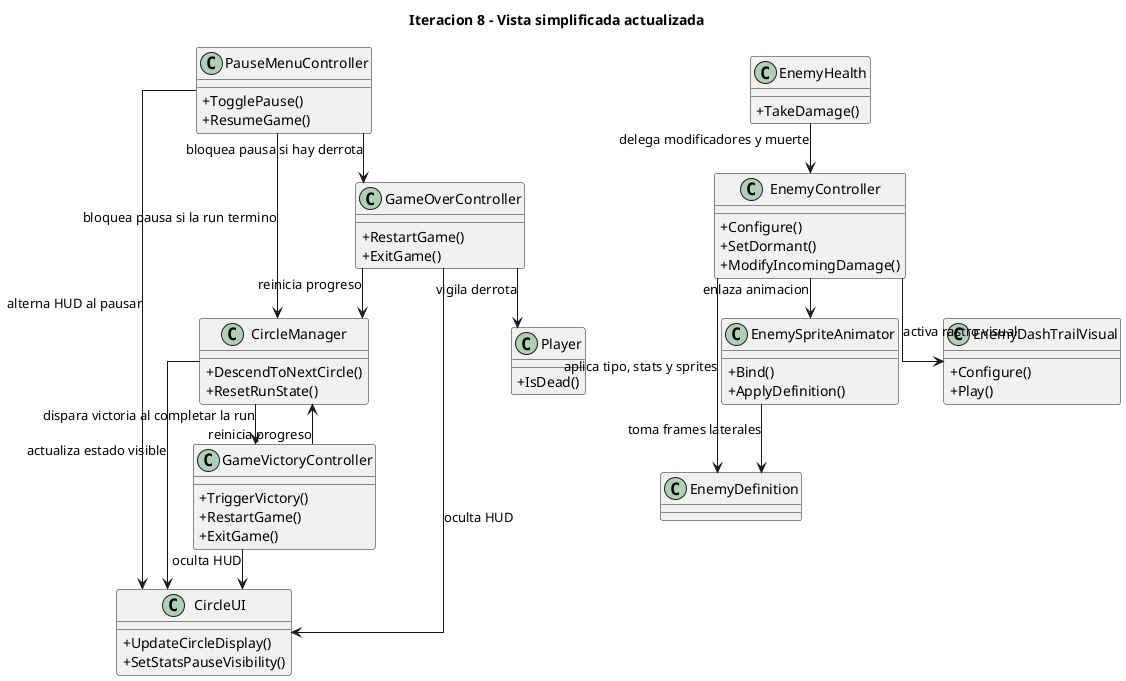
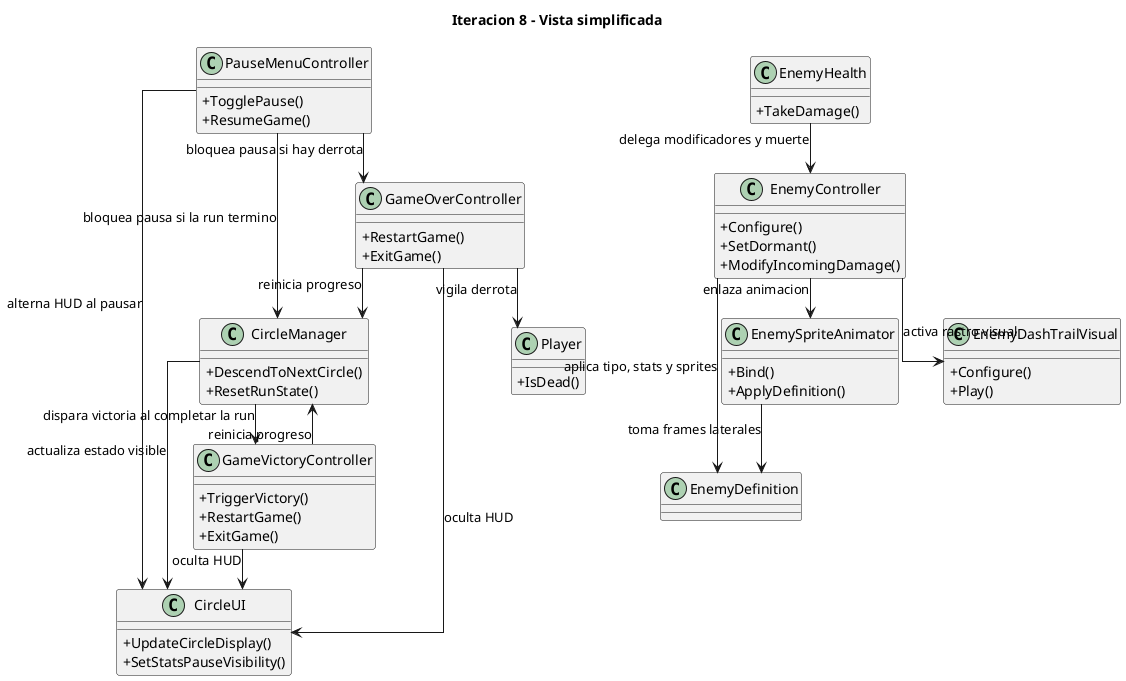
@startuml
skinparam backgroundColor white
skinparam shadowing false
skinparam classAttributeIconSize 0
skinparam packageStyle rectangle
skinparam linetype ortho
skinparam nodesep 45
skinparam ranksep 40

- title Iteracion 8 - Vista simplificada actualizada
+ title Iteracion 8 - Vista simplificada

class CircleUI {
  +UpdateCircleDisplay()
  +SetStatsPauseVisibility()
}

class CircleManager {
  +DescendToNextCircle()
  +ResetRunState()
}

class GameVictoryController {
  +TriggerVictory()
  +RestartGame()
  +ExitGame()
}

class GameOverController {
  +RestartGame()
  +ExitGame()
}

class PauseMenuController {
  +TogglePause()
  +ResumeGame()
}

class Player {
  +IsDead()
}

class EnemyController {
  +Configure()
  +SetDormant()
  +ModifyIncomingDamage()
}

class EnemyHealth {
  +TakeDamage()
}

class EnemyDefinition

class EnemySpriteAnimator {
  +Bind()
  +ApplyDefinition()
}

class EnemyDashTrailVisual {
  +Configure()
  +Play()
}

CircleManager --> GameVictoryController : dispara victoria al completar la run
CircleManager --> CircleUI : actualiza estado visible

GameVictoryController --> CircleManager : reinicia progreso
GameOverController --> CircleManager : reinicia progreso

GameVictoryController --> CircleUI : oculta HUD
GameOverController --> CircleUI : oculta HUD
PauseMenuController --> CircleUI : alterna HUD al pausar

GameOverController --> Player : vigila derrota
PauseMenuController --> GameOverController : bloquea pausa si hay derrota
PauseMenuController --> CircleManager : bloquea pausa si la run termino

EnemyController --> EnemyDefinition : aplica tipo, stats y sprites
EnemyController --> EnemySpriteAnimator : enlaza animacion
EnemyController --> EnemyDashTrailVisual : activa rastro visual
EnemyHealth --> EnemyController : delega modificadores y muerte
EnemySpriteAnimator --> EnemyDefinition : toma frames laterales

@enduml
